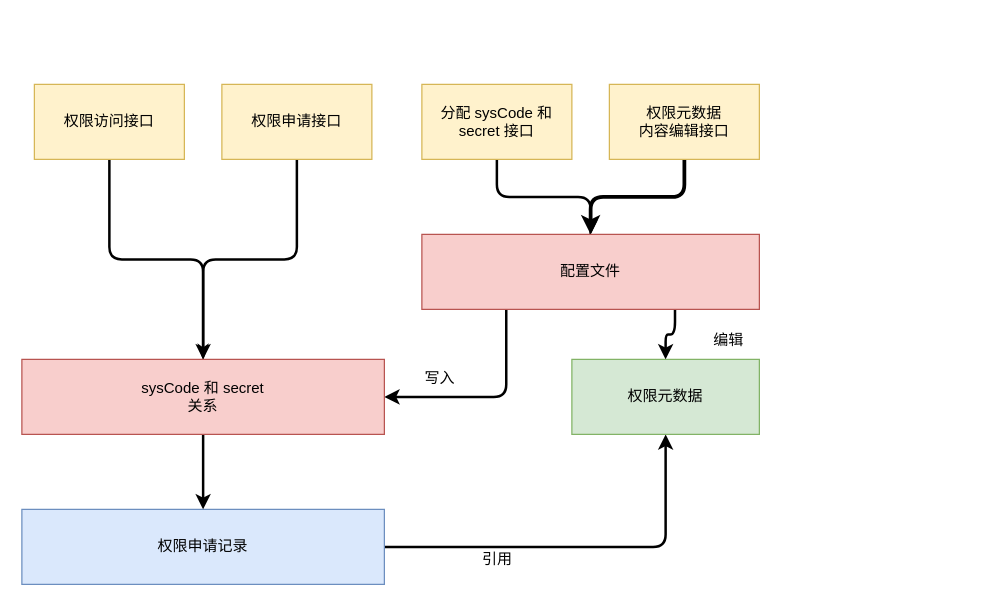
Earlier version of the draw.io diagram page "第 3 页" (3 of 4) of 未命名绘图.drawio (anriclee/diagramStorage). Source tidied: cells renumbered, new cells numbered last; positions are measured from the earlier drawing's top-left corner, leaving out a move shared by most shapes. Both pictures are drawn from the tidied source at 125%, with x=0, y=0 at pixel (21, 84).
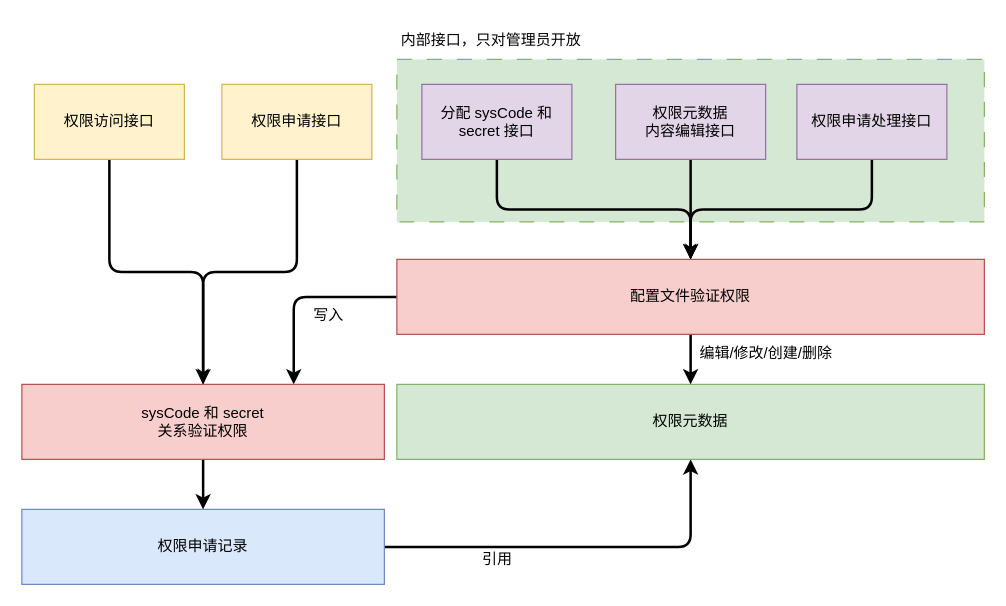
Above is the later version.

Change to the diagram source:
```diff
@@
+    <mxCell id="21" style="rounded=0;whiteSpace=wrap;html=1;dashed=1;dashPattern=12 12;fillColor=#d5e8d4;strokeColor=#82b366;" parent="1" vertex="1">
+      <mxGeometry x="300" y="-20" width="470" height="130" as="geometry" />
+    </mxCell>
-    <mxCell id="2" style="edgeStyle=orthogonalEdgeStyle;rounded=1;jettySize=auto;html=1;entryX=0.5;entryY=0;entryDx=0;entryDy=0;strokeWidth=3;" parent="1" edge="1" source="3" target="15">
+    <mxCell id="2" style="edgeStyle=orthogonalEdgeStyle;rounded=0;jettySize=auto;html=1;strokeWidth=2;" parent="1" edge="1" source="3" target="15">
       <mxGeometry relative="1" as="geometry" />
     </mxCell>
-    <mxCell id="3" value="权限元数据&lt;br&gt;内容编辑接口" style="rounded=0;whiteSpace=wrap;html=1;fillColor=#fff2cc;strokeColor=#d6b656;" parent="1" vertex="1">
-      <mxGeometry x="470" width="120" height="60" as="geometry" />
+    <mxCell id="3" value="权限元数据&lt;br&gt;内容编辑接口" style="rounded=0;whiteSpace=wrap;html=1;fillColor=#e1d5e7;strokeColor=#9673a6;" parent="1" vertex="1">
+      <mxGeometry x="475" width="120" height="60" as="geometry" />
     </mxCell>
-    <mxCell id="4" style="edgeStyle=orthogonalEdgeStyle;rounded=1;jettySize=auto;html=1;entryX=0.5;entryY=0;entryDx=0;entryDy=0;strokeWidth=2;endArrow=async;endFill=1;" parent="1" edge="1" source="5" target="15">
+    <mxCell id="4" style="edgeStyle=orthogonalEdgeStyle;rounded=1;jettySize=auto;html=1;entryX=0.5;entryY=0;entryDx=0;entryDy=0;strokeWidth=2;endArrow=classicThin;endFill=1;" parent="1" edge="1" source="5" target="15">
       <mxGeometry relative="1" as="geometry" />
     </mxCell>
-    <mxCell id="5" value="分配 sysCode 和 secret 接口" style="rounded=0;whiteSpace=wrap;html=1;fillColor=#fff2cc;strokeColor=#d6b656;" parent="1" vertex="1">
+    <mxCell id="5" value="分配 sysCode 和 secret 接口" style="rounded=0;whiteSpace=wrap;html=1;fillColor=#e1d5e7;strokeColor=#9673a6;" parent="1" vertex="1">
       <mxGeometry x="320" width="120" height="60" as="geometry" />
     </mxCell>
@@
     <mxCell id="12" value="权限元数据" style="rounded=0;whiteSpace=wrap;html=1;fillColor=#d5e8d4;strokeColor=#82b366;" parent="1" vertex="1">
-      <mxGeometry x="440" y="220" width="150" height="60" as="geometry" />
+      <mxGeometry x="300" y="240" width="470" height="60" as="geometry" />
     </mxCell>
-    <mxCell id="13" style="edgeStyle=orthogonalEdgeStyle;rounded=1;jettySize=auto;html=1;exitX=0.25;exitY=1;exitDx=0;exitDy=0;entryX=1;entryY=0.5;entryDx=0;entryDy=0;strokeWidth=2;" parent="1" edge="1" source="15" target="17">
+    <mxCell id="13" style="edgeStyle=orthogonalEdgeStyle;rounded=1;jettySize=auto;html=1;exitX=0;exitY=0.5;exitDx=0;exitDy=0;entryX=0.75;entryY=0;entryDx=0;entryDy=0;strokeWidth=2;" parent="1" edge="1" source="15" target="17">
       <mxGeometry relative="1" as="geometry" />
     </mxCell>
-    <mxCell id="14" style="edgeStyle=orthogonalEdgeStyle;rounded=1;jettySize=auto;html=1;entryX=0.5;entryY=0;entryDx=0;entryDy=0;exitX=0.75;exitY=1;exitDx=0;exitDy=0;strokeWidth=2;" parent="1" edge="1" source="15" target="12">
+    <mxCell id="14" style="edgeStyle=orthogonalEdgeStyle;rounded=1;jettySize=auto;html=1;entryX=0.5;entryY=0;entryDx=0;entryDy=0;strokeWidth=2;" parent="1" edge="1" source="15" target="12">
       <mxGeometry relative="1" as="geometry" />
     </mxCell>
-    <mxCell id="15" value="配置文件" style="rounded=0;whiteSpace=wrap;html=1;fillColor=#f8cecc;strokeColor=#b85450;" parent="1" vertex="1">
-      <mxGeometry x="320" y="120" width="270" height="60" as="geometry" />
+    <mxCell id="15" value="配置文件验证权限" style="rounded=0;whiteSpace=wrap;html=1;fillColor=#f8cecc;strokeColor=#b85450;" parent="1" vertex="1">
+      <mxGeometry x="300" y="140" width="470" height="60" as="geometry" />
     </mxCell>
@@
-    <mxCell id="17" value="sysCode 和 secret &lt;br&gt;关系" style="rounded=0;whiteSpace=wrap;html=1;fillColor=#f8cecc;strokeColor=#b85450;" parent="1" vertex="1">
-      <mxGeometry y="220" width="290" height="60" as="geometry" />
+    <mxCell id="17" value="sysCode 和 secret &lt;br&gt;关系验证权限" style="rounded=0;whiteSpace=wrap;html=1;fillColor=#f8cecc;strokeColor=#b85450;" parent="1" vertex="1">
+      <mxGeometry y="240" width="290" height="60" as="geometry" />
     </mxCell>
     <mxCell id="18" value="写入" style="text;html=1;align=center;verticalAlign=middle;strokeColor=none;fillColor=none;" parent="1" vertex="1">
-      <mxGeometry x="309" y="220" width="50" height="30" as="geometry" />
+      <mxGeometry x="220" y="170" width="50" height="30" as="geometry" />
     </mxCell>
-    <mxCell id="19" value="编辑" style="text;html=1;align=center;verticalAlign=middle;strokeColor=none;fillColor=none;" parent="1" vertex="1">
-      <mxGeometry x="540" y="190" width="50" height="30" as="geometry" />
+    <mxCell id="19" value="编辑/修改/创建/删除" style="text;html=1;align=center;verticalAlign=middle;strokeColor=none;fillColor=none;" parent="1" vertex="1">
+      <mxGeometry x="530" y="200" width="130" height="30" as="geometry" />
     </mxCell>
@@
+    <mxCell id="22" style="edgeStyle=orthogonalEdgeStyle;rounded=1;jettySize=auto;html=1;entryX=0.5;entryY=0;entryDx=0;entryDy=0;strokeWidth=2;" parent="1" edge="1" source="23" target="15">
+      <mxGeometry relative="1" as="geometry" />
+    </mxCell>
+    <mxCell id="23" value="权限申请处理接口" style="rounded=0;whiteSpace=wrap;html=1;fillColor=#e1d5e7;strokeColor=#9673a6;" parent="1" vertex="1">
+      <mxGeometry x="620" width="120" height="60" as="geometry" />
+    </mxCell>
+    <mxCell id="24" value="内部接口，只对管理员开放" style="text;html=1;align=center;verticalAlign=middle;strokeColor=none;fillColor=none;" parent="1" vertex="1">
+      <mxGeometry x="290" y="-50" width="170" height="30" as="geometry" />
+    </mxCell>
```
